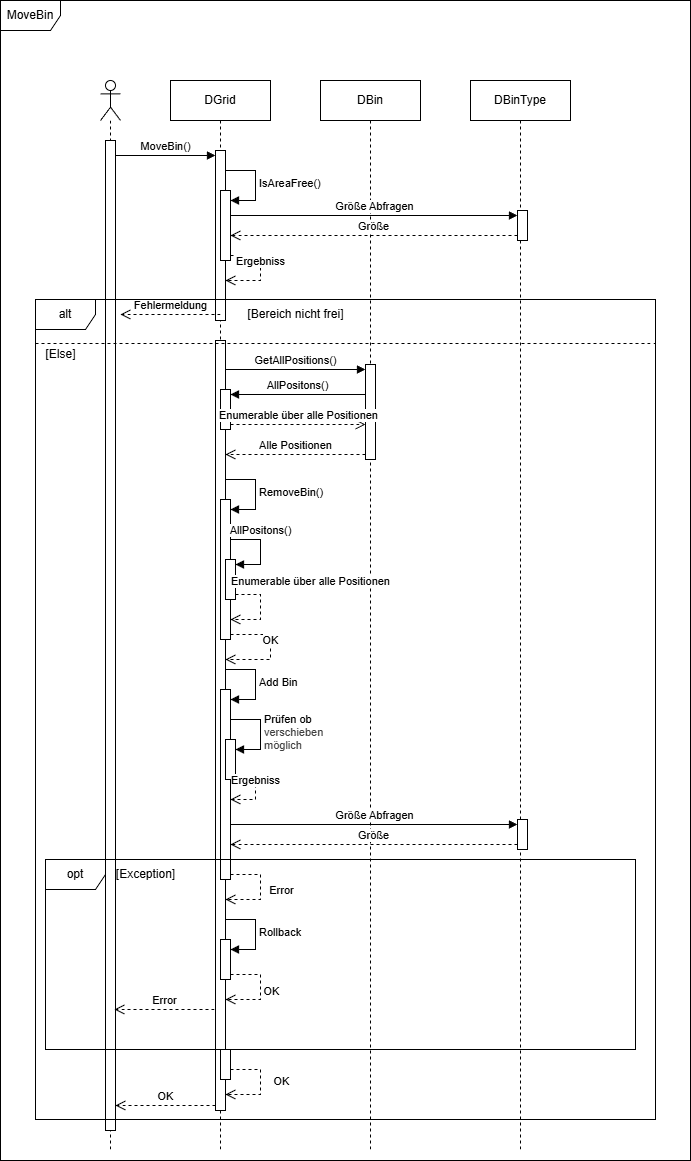
TheEinfachFelix/Invenfinity keeps this draw.io diagram as uml/Sequenz.png. Above is the earlier version. Source tidied: cells renumbered, new cells last; positions are measured from the earlier drawing's top-left corner, leaving out a move shared by most shapes.
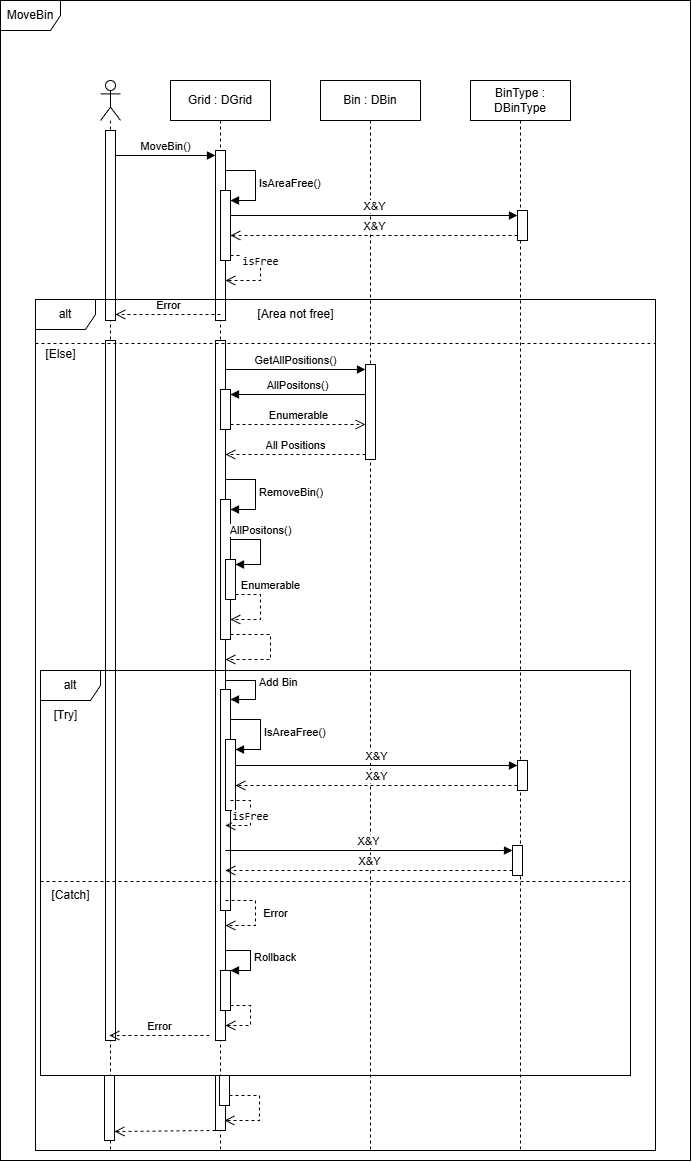
After the commit.

Diff of the diagram source:
```diff
@@ -8,5 +8,8 @@
     <mxCell id="3" style="html=1;points=[[0,0,0,0,5],[0,1,0,0,-5],[1,0,0,0,5],[1,1,0,0,-5]];perimeter=orthogonalPerimeter;outlineConnect=0;targetShapes=umlLifeline;portConstraint=eastwest;newEdgeStyle={&quot;curved&quot;:0,&quot;rounded&quot;:0};" parent="2" vertex="1">
-      <mxGeometry x="5" y="60" width="10" height="990" as="geometry" />
+      <mxGeometry x="5" y="260" width="10" height="700" as="geometry" />
     </mxCell>
+    <mxCell id="55" style="html=1;points=[[0,0,0,0,5],[0,1,0,0,-5],[1,0,0,0,5],[1,1,0,0,-5]];perimeter=orthogonalPerimeter;outlineConnect=0;targetShapes=umlLifeline;portConstraint=eastwest;newEdgeStyle={&quot;curved&quot;:0,&quot;rounded&quot;:0};" parent="2" vertex="1">
+      <mxGeometry x="5" y="50" width="10" height="190" as="geometry" />
+    </mxCell>
-    <mxCell id="4" value="DGrid" style="shape=umlLifeline;perimeter=lifelinePerimeter;whiteSpace=wrap;html=1;newEdgeStyle={&quot;curved&quot;:0,&quot;rounded&quot;:0};" parent="1" vertex="1">
+    <mxCell id="4" value="Grid : DGrid" style="shape=umlLifeline;perimeter=lifelinePerimeter;whiteSpace=wrap;html=1;newEdgeStyle={&quot;curved&quot;:0,&quot;rounded&quot;:0};" parent="1" vertex="1">
       <mxGeometry x="170" y="80" width="100" height="1070" as="geometry" />
@@ -27,3 +30,3 @@
     </mxCell>
-    <mxCell id="8" value="Ergebniss" style="html=1;verticalAlign=bottom;endArrow=open;dashed=1;endSize=8;curved=0;rounded=0;exitX=1;exitY=1;exitDx=0;exitDy=-5;exitPerimeter=0;" parent="4" edge="1" source="6" target="5">
+    <mxCell id="8" value="&lt;code&gt;isFree&lt;/code&gt;" style="html=1;verticalAlign=bottom;endArrow=open;dashed=1;endSize=8;curved=0;rounded=0;exitX=1;exitY=1;exitDx=0;exitDy=-5;exitPerimeter=0;" parent="4" edge="1" source="6" target="5">
       <mxGeometry relative="1" as="geometry">
@@ -35,6 +38,6 @@
     </mxCell>
-    <mxCell id="9" value="DBin" style="shape=umlLifeline;perimeter=lifelinePerimeter;whiteSpace=wrap;html=1;newEdgeStyle={&quot;curved&quot;:0,&quot;rounded&quot;:0};" parent="1" vertex="1">
+    <mxCell id="9" value="Bin : DBin" style="shape=umlLifeline;perimeter=lifelinePerimeter;whiteSpace=wrap;html=1;newEdgeStyle={&quot;curved&quot;:0,&quot;rounded&quot;:0};" parent="1" vertex="1">
       <mxGeometry x="320" y="80" width="100" height="1070" as="geometry" />
     </mxCell>
-    <mxCell id="10" value="DBinType" style="shape=umlLifeline;perimeter=lifelinePerimeter;whiteSpace=wrap;html=1;newEdgeStyle={&quot;curved&quot;:0,&quot;rounded&quot;:0};" parent="1" vertex="1">
+    <mxCell id="10" value="BinType : DBinType" style="shape=umlLifeline;perimeter=lifelinePerimeter;whiteSpace=wrap;html=1;newEdgeStyle={&quot;curved&quot;:0,&quot;rounded&quot;:0};" parent="1" vertex="1">
       <mxGeometry x="470" y="80" width="100" height="1070" as="geometry" />
@@ -42,11 +45,13 @@
     <mxCell id="11" style="html=1;points=[[0,0,0,0,5],[0,1,0,0,-5],[1,0,0,0,5],[1,1,0,0,-5]];perimeter=orthogonalPerimeter;outlineConnect=0;targetShapes=umlLifeline;portConstraint=eastwest;newEdgeStyle={&quot;curved&quot;:0,&quot;rounded&quot;:0};" parent="10" vertex="1">
-      <mxGeometry x="47" y="739" width="10" height="30" as="geometry" />
+      <mxGeometry x="42" y="765" width="10" height="30" as="geometry" />
     </mxCell>
+    <mxCell id="56" style="html=1;points=[[0,0,0,0,5],[0,1,0,0,-5],[1,0,0,0,5],[1,1,0,0,-5]];perimeter=orthogonalPerimeter;outlineConnect=0;targetShapes=umlLifeline;portConstraint=eastwest;newEdgeStyle={&quot;curved&quot;:0,&quot;rounded&quot;:0};" parent="10" vertex="1">
+      <mxGeometry x="47" y="680" width="10" height="30" as="geometry" />
+    </mxCell>
-    <mxCell id="12" value="MoveBin()" style="html=1;verticalAlign=bottom;endArrow=block;curved=0;rounded=0;entryX=0;entryY=0;entryDx=0;entryDy=5;" parent="1" edge="1" source="3" target="5">
+    <mxCell id="12" value="MoveBin()" style="html=1;verticalAlign=bottom;endArrow=block;curved=0;rounded=0;entryX=0;entryY=0;entryDx=0;entryDy=5;" parent="1" edge="1" source="55" target="5">
       <mxGeometry relative="1" as="geometry" />
     </mxCell>
-    <mxCell id="13" value="Fehlermeldung" style="html=1;verticalAlign=bottom;endArrow=open;dashed=1;endSize=8;curved=0;rounded=0;" parent="1" edge="1">
+    <mxCell id="13" value="Error" style="html=1;verticalAlign=bottom;endArrow=open;dashed=1;endSize=8;curved=0;rounded=0;" parent="1" edge="1" target="55">
       <mxGeometry relative="1" as="geometry">
         <mxPoint x="220" y="314" as="sourcePoint" />
-        <mxPoint x="120" y="314" as="targetPoint" />
       </mxGeometry>
@@ -57,9 +62,9 @@
     <mxCell id="15" value="alt" style="shape=umlFrame;whiteSpace=wrap;html=1;" parent="1" vertex="1">
-      <mxGeometry x="35" y="299" width="620" height="820" as="geometry" />
+      <mxGeometry x="35" y="299" width="620" height="851" as="geometry" />
     </mxCell>
-    <mxCell id="16" value="[Bereich nicht frei]" style="text;html=1;align=center;verticalAlign=middle;strokeColor=none;fillColor=none;" parent="1" vertex="1">
-      <mxGeometry x="235" y="299" width="120" height="30" as="geometry" />
+    <mxCell id="16" value="[Area not free]" style="text;html=1;align=center;verticalAlign=middle;strokeColor=none;fillColor=none;" parent="1" vertex="1">
+      <mxGeometry x="245" y="299" width="100" height="30" as="geometry" />
     </mxCell>
     <mxCell id="17" style="html=1;points=[[0,0,0,0,5],[0,1,0,0,-5],[1,0,0,0,5],[1,1,0,0,-5]];perimeter=orthogonalPerimeter;outlineConnect=0;targetShapes=umlLifeline;portConstraint=eastwest;newEdgeStyle={&quot;curved&quot;:0,&quot;rounded&quot;:0};" parent="1" vertex="1">
-      <mxGeometry x="215" y="340" width="10" height="770" as="geometry" />
+      <mxGeometry x="215" y="340" width="10" height="700" as="geometry" />
     </mxCell>
@@ -71,3 +76,3 @@
     </mxCell>
-    <mxCell id="20" value="Alle Positionen" style="html=1;verticalAlign=bottom;endArrow=open;dashed=1;endSize=8;curved=0;rounded=0;exitX=0;exitY=1;exitDx=0;exitDy=-5;" parent="1" edge="1" source="18" target="17">
+    <mxCell id="20" value="All Positions" style="html=1;verticalAlign=bottom;endArrow=open;dashed=1;endSize=8;curved=0;rounded=0;exitX=0;exitY=1;exitDx=0;exitDy=-5;" parent="1" edge="1" source="18" target="17">
       <mxGeometry relative="1" as="geometry" />
@@ -80,3 +85,3 @@
     </mxCell>
-    <mxCell id="23" value="Enumerable über alle Positionen" style="html=1;verticalAlign=bottom;endArrow=open;dashed=1;endSize=8;curved=0;rounded=0;exitX=1;exitY=1;exitDx=0;exitDy=-5;exitPerimeter=0;" parent="1" edge="1" source="21" target="18">
+    <mxCell id="23" value="Enumerable" style="html=1;verticalAlign=bottom;endArrow=open;dashed=1;endSize=8;curved=0;rounded=0;exitX=1;exitY=1;exitDx=0;exitDy=-5;exitPerimeter=0;" parent="1" edge="1" source="21" target="18">
       <mxGeometry relative="1" as="geometry" />
@@ -105,4 +110,4 @@
     </mxCell>
-    <mxCell id="28" value="Enumerable über alle Positionen" style="html=1;verticalAlign=bottom;endArrow=open;dashed=1;endSize=8;curved=0;rounded=0;exitX=1;exitY=1;exitDx=0;exitDy=-5;exitPerimeter=0;" parent="1" edge="1" source="26" target="24">
-      <mxGeometry x="-0.38" y="50" relative="1" as="geometry">
+    <mxCell id="28" value="Enumerable" style="html=1;verticalAlign=bottom;endArrow=open;dashed=1;endSize=8;curved=0;rounded=0;exitX=1;exitY=1;exitDx=0;exitDy=-5;exitPerimeter=0;" parent="1" edge="1" source="26" target="24">
+      <mxGeometry x="-0.38" y="10" relative="1" as="geometry">
         <Array as="points">
@@ -111,7 +116,6 @@
         </Array>
-        <mxPoint y="-4" as="offset" />
       </mxGeometry>
     </mxCell>
-    <mxCell id="29" value="OK" style="html=1;verticalAlign=bottom;endArrow=open;dashed=1;endSize=8;curved=0;rounded=0;exitX=1;exitY=1;exitDx=0;exitDy=-5;exitPerimeter=0;" parent="1" edge="1" source="24" target="17">
-      <mxGeometry relative="1" as="geometry">
+    <mxCell id="29" style="html=1;verticalAlign=bottom;endArrow=open;dashed=1;endSize=8;curved=0;rounded=0;exitX=1;exitY=1;exitDx=0;exitDy=-5;exitPerimeter=0;" parent="1" edge="1" source="24" target="17">
+      <mxGeometry x="0.36" y="1" relative="1" as="geometry">
         <Array as="points">
@@ -123,3 +127,3 @@
     <mxCell id="30" style="html=1;points=[[0,0,0,0,5],[0,1,0,0,-5],[1,0,0,0,5],[1,1,0,0,-5]];perimeter=orthogonalPerimeter;outlineConnect=0;targetShapes=umlLifeline;portConstraint=eastwest;newEdgeStyle={&quot;curved&quot;:0,&quot;rounded&quot;:0};" parent="1" vertex="1">
-      <mxGeometry x="220" y="689" width="10" height="190" as="geometry" />
+      <mxGeometry x="220" y="689" width="10" height="221" as="geometry" />
     </mxCell>
@@ -129,2 +133,4 @@
         <Array as="points">
+          <mxPoint x="225" y="680" />
+          <mxPoint x="255" y="680" />
           <mxPoint x="255" y="699" />
@@ -134,5 +140,5 @@
     <mxCell id="32" style="html=1;points=[[0,0,0,0,5],[0,1,0,0,-5],[1,0,0,0,5],[1,1,0,0,-5]];perimeter=orthogonalPerimeter;outlineConnect=0;targetShapes=umlLifeline;portConstraint=eastwest;newEdgeStyle={&quot;curved&quot;:0,&quot;rounded&quot;:0};" parent="1" vertex="1">
-      <mxGeometry x="225" y="739" width="10" height="40" as="geometry" />
+      <mxGeometry x="225" y="739" width="10" height="71" as="geometry" />
     </mxCell>
-    <mxCell id="33" value="&lt;span style=&quot;color: rgb(0, 0, 0);&quot;&gt;Prüfen ob&amp;nbsp;&lt;/span&gt;&lt;div style=&quot;color: rgb(63, 63, 63); scrollbar-color: rgb(226, 226, 226) rgb(251, 251, 251);&quot;&gt;verschieben&lt;/div&gt;&lt;div style=&quot;color: rgb(63, 63, 63); scrollbar-color: rgb(226, 226, 226) rgb(251, 251, 251);&quot;&gt;möglich&lt;/div&gt;" style="html=1;align=left;spacingLeft=2;endArrow=block;rounded=0;edgeStyle=orthogonalEdgeStyle;curved=0;rounded=0;" parent="1" edge="1" target="32">
+    <mxCell id="33" value="IsAreaFree()" style="html=1;align=left;spacingLeft=2;endArrow=block;rounded=0;edgeStyle=orthogonalEdgeStyle;curved=0;rounded=0;" parent="1" edge="1" target="32">
       <mxGeometry relative="1" as="geometry">
@@ -144,8 +150,9 @@
     </mxCell>
-    <mxCell id="34" value="Ergebniss" style="html=1;verticalAlign=bottom;endArrow=open;dashed=1;endSize=8;curved=0;rounded=0;exitX=1;exitY=1;exitDx=0;exitDy=-5;exitPerimeter=0;" parent="1" edge="1" source="32">
-      <mxGeometry relative="1" as="geometry">
-        <mxPoint x="230" y="799" as="targetPoint" />
+    <mxCell id="34" value="&lt;code&gt;isFree&lt;/code&gt;" style="html=1;verticalAlign=bottom;endArrow=open;dashed=1;endSize=8;curved=0;rounded=0;exitX=1;exitY=1;exitDx=0;exitDy=-5;exitPerimeter=0;" parent="1" edge="1">
+      <mxGeometry x="0.29" relative="1" as="geometry">
+        <mxPoint x="230" y="800" as="sourcePoint" />
+        <mxPoint x="225" y="825" as="targetPoint" />
         <Array as="points">
-          <mxPoint x="255" y="774" />
-          <mxPoint x="255" y="799" />
+          <mxPoint x="250" y="800" />
+          <mxPoint x="250" y="825" />
         </Array>
@@ -153,13 +160,17 @@
     </mxCell>
-    <mxCell id="35" value="Größe Abfragen" style="html=1;verticalAlign=bottom;endArrow=block;curved=0;rounded=0;entryX=0;entryY=0;entryDx=0;entryDy=5;" parent="1" edge="1" source="30" target="11">
-      <mxGeometry relative="1" as="geometry" />
+    <mxCell id="35" value="&lt;span style=&quot;color: rgb(0, 0, 0);&quot;&gt;X&amp;amp;Y&lt;/span&gt;" style="html=1;verticalAlign=bottom;endArrow=block;curved=0;rounded=0;entryX=0;entryY=0;entryDx=0;entryDy=5;" parent="1" edge="1" target="11">
+      <mxGeometry relative="1" as="geometry">
+        <mxPoint x="225" y="850" as="sourcePoint" />
+      </mxGeometry>
     </mxCell>
-    <mxCell id="36" value="Größe" style="html=1;verticalAlign=bottom;endArrow=open;dashed=1;endSize=8;curved=0;rounded=0;exitX=0;exitY=1;exitDx=0;exitDy=-5;" parent="1" edge="1" source="11" target="30">
-      <mxGeometry relative="1" as="geometry" />
+    <mxCell id="36" value="&lt;span style=&quot;color: rgb(0, 0, 0);&quot;&gt;X&amp;amp;Y&lt;/span&gt;" style="html=1;verticalAlign=bottom;endArrow=open;dashed=1;endSize=8;curved=0;rounded=0;exitX=0;exitY=1;exitDx=0;exitDy=-5;" parent="1" edge="1" source="11">
+      <mxGeometry relative="1" as="geometry">
+        <mxPoint x="225" y="870" as="targetPoint" />
+      </mxGeometry>
     </mxCell>
-    <mxCell id="37" value="opt" style="shape=umlFrame;whiteSpace=wrap;html=1;" parent="1" vertex="1">
-      <mxGeometry x="45" y="859" width="590" height="190" as="geometry" />
+    <mxCell id="37" value="alt" style="shape=umlFrame;whiteSpace=wrap;html=1;" parent="1" vertex="1">
+      <mxGeometry x="40" y="670" width="590" height="405" as="geometry" />
     </mxCell>
-    <mxCell id="38" value="[Exception]" style="text;html=1;align=center;verticalAlign=middle;strokeColor=none;fillColor=none;" parent="1" vertex="1">
-      <mxGeometry x="105" y="859" width="80" height="30" as="geometry" />
+    <mxCell id="38" value="[Catch]" style="text;html=1;align=center;verticalAlign=middle;strokeColor=none;fillColor=none;" parent="1" vertex="1">
+      <mxGeometry x="40" y="880" width="60" height="30" as="geometry" />
     </mxCell>
@@ -167,11 +178,12 @@
       <mxGeometry relative="1" as="geometry">
-        <mxPoint x="214" y="1009" as="sourcePoint" />
-        <mxPoint x="114" y="1009" as="targetPoint" />
+        <mxPoint x="209" y="1035" as="sourcePoint" />
+        <mxPoint x="109" y="1035" as="targetPoint" />
       </mxGeometry>
     </mxCell>
-    <mxCell id="40" style="html=1;verticalAlign=bottom;endArrow=open;dashed=1;endSize=8;curved=0;rounded=0;exitX=1;exitY=1;exitDx=0;exitDy=-5;exitPerimeter=0;" parent="1" edge="1" source="30" target="17">
+    <mxCell id="40" style="html=1;verticalAlign=bottom;endArrow=open;dashed=1;endSize=8;curved=0;rounded=0;exitX=1;exitY=1;exitDx=0;exitDy=-5;exitPerimeter=0;" parent="1" edge="1" target="17">
       <mxGeometry relative="1" as="geometry">
+        <mxPoint x="225" y="900" as="sourcePoint" />
         <Array as="points">
-          <mxPoint x="260" y="874" />
-          <mxPoint x="260" y="899" />
+          <mxPoint x="255" y="900" />
+          <mxPoint x="255" y="925" />
         </Array>
@@ -185,9 +197,9 @@
     <mxCell id="42" style="html=1;points=[[0,0,0,0,5],[0,1,0,0,-5],[1,0,0,0,5],[1,1,0,0,-5]];perimeter=orthogonalPerimeter;outlineConnect=0;targetShapes=umlLifeline;portConstraint=eastwest;newEdgeStyle={&quot;curved&quot;:0,&quot;rounded&quot;:0};" parent="1" vertex="1">
-      <mxGeometry x="220" y="939" width="10" height="40" as="geometry" />
+      <mxGeometry x="220" y="970" width="10" height="40" as="geometry" />
     </mxCell>
-    <mxCell id="43" value="Rollback" style="html=1;align=left;spacingLeft=2;endArrow=block;rounded=0;edgeStyle=orthogonalEdgeStyle;curved=0;rounded=0;" parent="1" edge="1" target="42">
+    <mxCell id="43" value="Rollback" style="html=1;align=left;spacingLeft=2;endArrow=block;rounded=0;edgeStyle=orthogonalEdgeStyle;curved=0;rounded=0;" parent="1" edge="1" source="17" target="42">
       <mxGeometry relative="1" as="geometry">
-        <mxPoint x="225" y="919" as="sourcePoint" />
         <Array as="points">
-          <mxPoint x="255" y="949" />
+          <mxPoint x="250" y="950" />
+          <mxPoint x="250" y="970" />
         </Array>
@@ -198,4 +210,4 @@
         <Array as="points">
-          <mxPoint x="260" y="974" />
-          <mxPoint x="260" y="999" />
+          <mxPoint x="250" y="1005" />
+          <mxPoint x="250" y="1025" />
         </Array>
@@ -203,17 +215,9 @@
     </mxCell>
-    <mxCell id="45" value="OK" style="edgeLabel;html=1;align=center;verticalAlign=middle;" parent="44" vertex="1">
-      <mxGeometry x="0.03" relative="1" as="geometry">
-        <mxPoint x="10" as="offset" />
-      </mxGeometry>
-    </mxCell>
-    <mxCell id="46" style="html=1;perimeter=orthogonalPerimeter;targetShapes=umlLifeline;newEdgeStyle={&quot;curved&quot;:0,&quot;rounded&quot;:0};" parent="1" vertex="1">
-      <mxGeometry x="220" y="1049" width="10" height="30" as="geometry" />
-    </mxCell>
     <mxCell id="47" style="html=1;verticalAlign=bottom;endArrow=open;dashed=1;endSize=8;curved=0;rounded=0;exitX=1;exitY=1;exitDx=0;exitDy=-5;exitPerimeter=0;" parent="1" edge="1">
       <mxGeometry relative="1" as="geometry">
-        <mxPoint x="230" y="1069" as="sourcePoint" />
-        <mxPoint x="225" y="1094" as="targetPoint" />
+        <mxPoint x="229" y="1095" as="sourcePoint" />
+        <mxPoint x="224" y="1120" as="targetPoint" />
         <Array as="points">
-          <mxPoint x="260" y="1069" />
-          <mxPoint x="260" y="1094" />
+          <mxPoint x="259" y="1095" />
+          <mxPoint x="259" y="1120" />
         </Array>
@@ -221,9 +225,6 @@
     </mxCell>
-    <mxCell id="48" value="OK" style="edgeLabel;html=1;align=center;verticalAlign=middle;" parent="47" vertex="1">
-      <mxGeometry x="0.4" y="-1" relative="1" as="geometry">
-        <mxPoint x="28" y="-13" as="offset" />
-      </mxGeometry>
-    </mxCell>
-    <mxCell id="49" value="OK" style="html=1;verticalAlign=bottom;endArrow=open;dashed=1;endSize=8;curved=0;rounded=0;exitX=0;exitY=1;exitDx=0;exitDy=-5;exitPerimeter=0;" parent="1" edge="1" source="17" target="3">
-      <mxGeometry relative="1" as="geometry" />
+    <mxCell id="49" style="html=1;verticalAlign=bottom;endArrow=open;dashed=1;endSize=8;curved=0;rounded=0;" parent="1" edge="1" source="59">
+      <mxGeometry relative="1" as="geometry">
+        <mxPoint x="114" y="1131" as="targetPoint" />
+      </mxGeometry>
     </mxCell>
@@ -235,3 +236,3 @@
     </mxCell>
-    <mxCell id="52" value="Größe Abfragen" style="html=1;verticalAlign=bottom;endArrow=block;curved=0;rounded=0;entryX=0;entryY=0;entryDx=0;entryDy=5;" parent="1" edge="1" target="51">
+    <mxCell id="52" value="X&amp;amp;Y" style="html=1;verticalAlign=bottom;endArrow=block;curved=0;rounded=0;entryX=0;entryY=0;entryDx=0;entryDy=5;" parent="1" edge="1" target="51">
       <mxGeometry relative="1" as="geometry">
@@ -240,3 +241,3 @@
     </mxCell>
-    <mxCell id="53" value="Größe" style="html=1;verticalAlign=bottom;endArrow=open;dashed=1;endSize=8;curved=0;rounded=0;exitX=0;exitY=1;exitDx=0;exitDy=-5;" parent="1" edge="1" source="51">
+    <mxCell id="53" value="&lt;span style=&quot;color: rgb(0, 0, 0);&quot;&gt;X&amp;amp;Y&lt;/span&gt;" style="html=1;verticalAlign=bottom;endArrow=open;dashed=1;endSize=8;curved=0;rounded=0;exitX=0;exitY=1;exitDx=0;exitDy=-5;" parent="1" edge="1" source="51">
       <mxGeometry relative="1" as="geometry">
@@ -248,2 +249,23 @@
     </mxCell>
+    <mxCell id="57" value="&lt;span style=&quot;color: rgb(0, 0, 0);&quot;&gt;X&amp;amp;Y&lt;/span&gt;" style="html=1;verticalAlign=bottom;endArrow=block;curved=0;rounded=0;entryX=0;entryY=0;entryDx=0;entryDy=5;" parent="1" edge="1" source="32" target="56">
+      <mxGeometry relative="1" as="geometry" />
+    </mxCell>
+    <mxCell id="58" value="&lt;span style=&quot;color: rgb(0, 0, 0);&quot;&gt;X&amp;amp;Y&lt;/span&gt;" style="html=1;verticalAlign=bottom;endArrow=open;dashed=1;endSize=8;curved=0;rounded=0;exitX=0;exitY=1;exitDx=0;exitDy=-5;" parent="1" edge="1" source="56" target="32">
+      <mxGeometry relative="1" as="geometry" />
+    </mxCell>
+    <mxCell id="59" style="html=1;points=[[0,0,0,0,5],[0,1,0,0,-5],[1,0,0,0,5],[1,1,0,0,-5]];perimeter=orthogonalPerimeter;outlineConnect=0;targetShapes=umlLifeline;portConstraint=eastwest;newEdgeStyle={&quot;curved&quot;:0,&quot;rounded&quot;:0};" parent="1" vertex="1">
+      <mxGeometry x="215" y="1075" width="10" height="55" as="geometry" />
+    </mxCell>
+    <mxCell id="46" style="html=1;perimeter=orthogonalPerimeter;targetShapes=umlLifeline;newEdgeStyle={&quot;curved&quot;:0,&quot;rounded&quot;:0};" parent="1" vertex="1">
+      <mxGeometry x="219" y="1075" width="10" height="30" as="geometry" />
+    </mxCell>
+    <mxCell id="60" value="[Try]" style="text;html=1;align=center;verticalAlign=middle;strokeColor=none;fillColor=none;" parent="1" vertex="1">
+      <mxGeometry x="40" y="700" width="50" height="30" as="geometry" />
+    </mxCell>
+    <mxCell id="61" style="line;strokeWidth=1;fillColor=none;align=left;verticalAlign=middle;spacingTop=-1;spacingLeft=3;spacingRight=3;labelPosition=right;strokeColor=inherit;dashed=1;" parent="1" vertex="1">
+      <mxGeometry x="40" y="877" width="590" height="8" as="geometry" />
+    </mxCell>
+    <mxCell id="62" style="html=1;perimeter=orthogonalPerimeter;targetShapes=umlLifeline;newEdgeStyle={&quot;curved&quot;:0,&quot;rounded&quot;:0};" parent="1" vertex="1">
+      <mxGeometry x="104" y="1075" width="10" height="65" as="geometry" />
+    </mxCell>
   </root>
```
